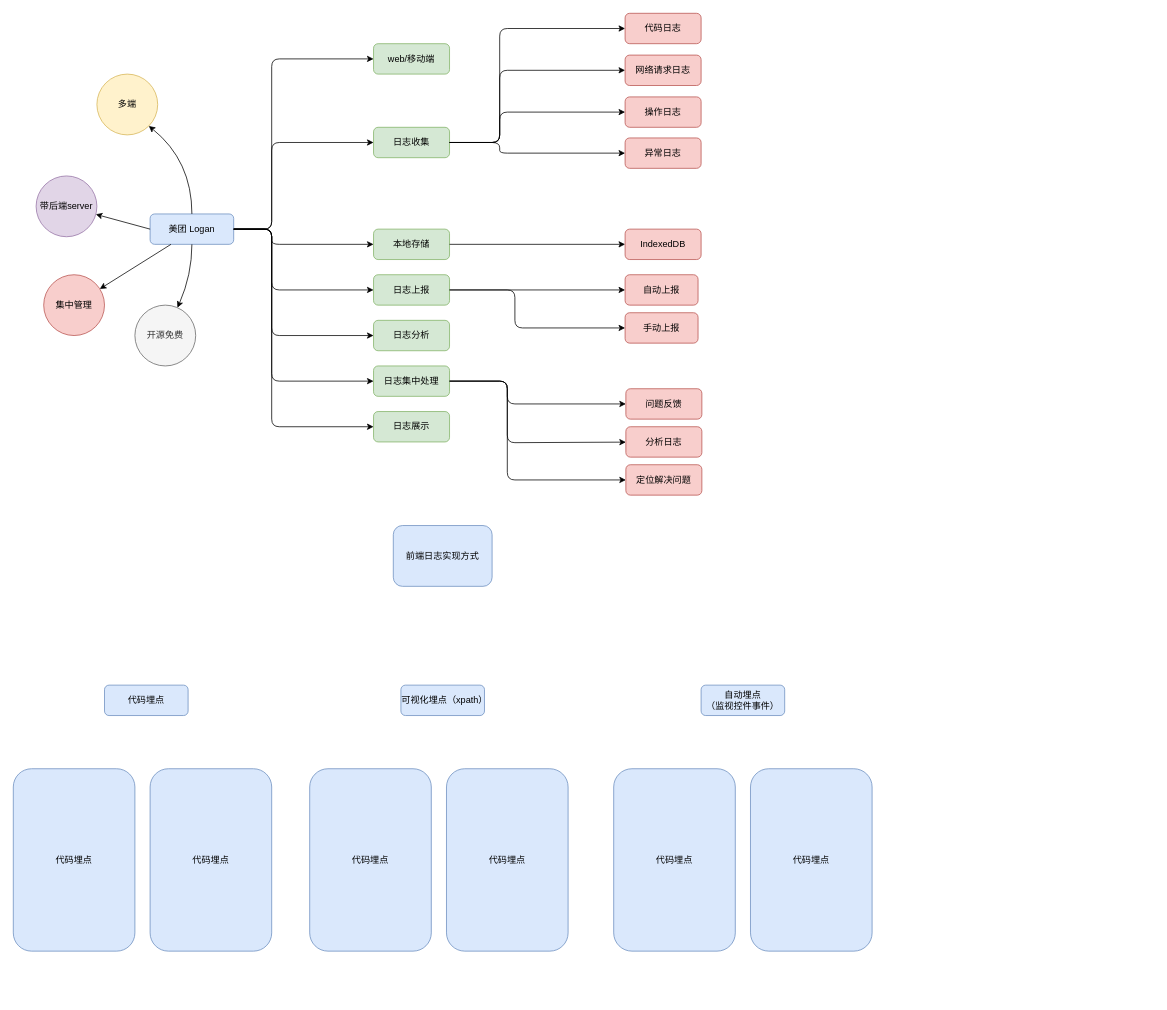
This is 前端日志系统.drawio from meterXu/drawiofile, a draw.io file, before an edit. Source tidied: cells renumbered, new cells numbered last; positions are measured from the earlier drawing's top-left corner, leaving out a move shared by most shapes. Both pictures are drawn from the tidied source at 76%, with x=0, y=0 at pixel (13, 13).
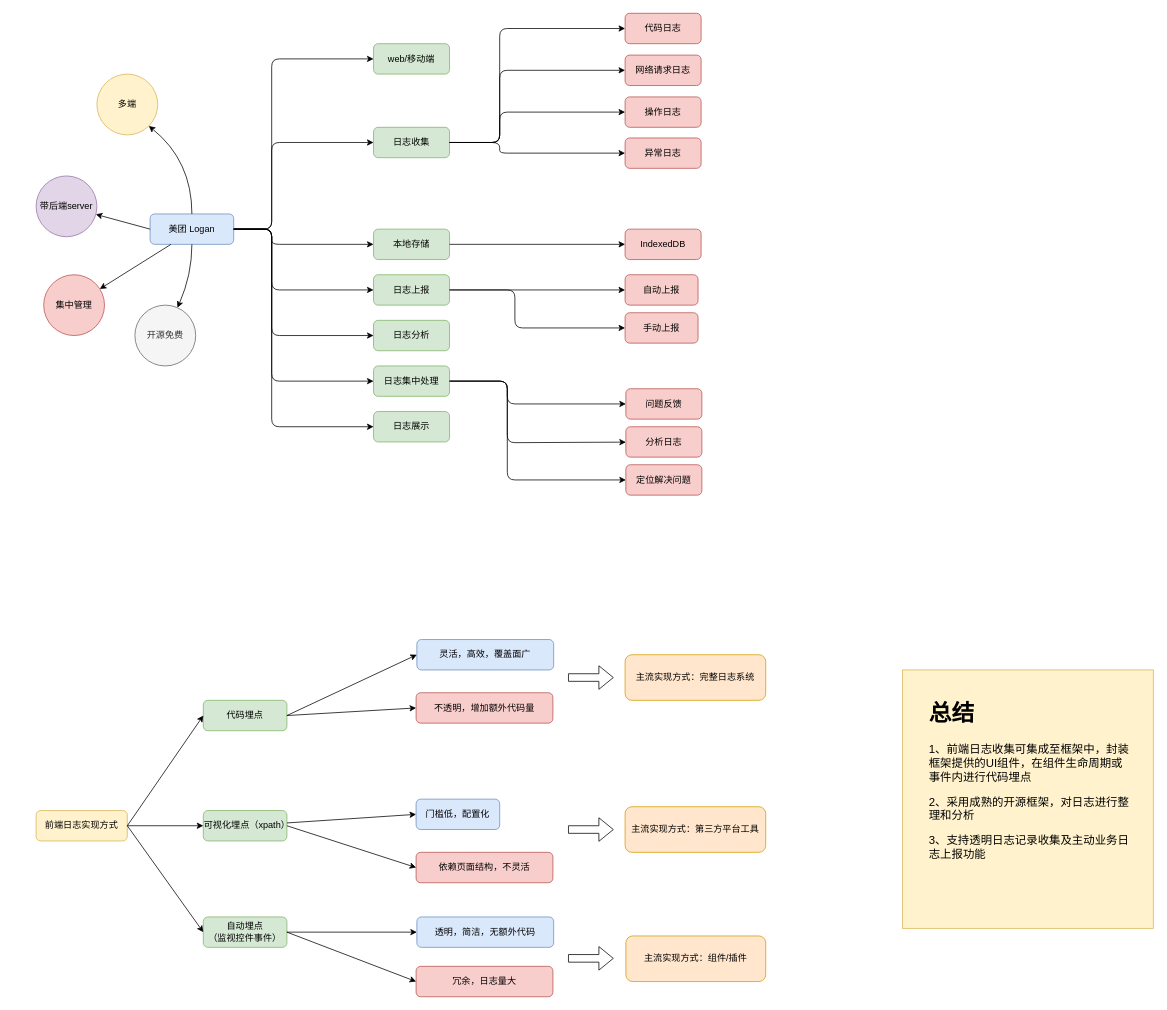
After the change.

Commit message (it also covers changes not shown here):
Update 前端日志系统.drawio

Change to the diagram source:
```diff
@@
-    <mxCell id="3" value="前端日志实现方式" style="rounded=1;whiteSpace=wrap;html=1;fillColor=#dae8fc;strokeColor=#6c8ebf;" parent="1" vertex="1">
-      <mxGeometry x="500" y="674" width="130" height="80" as="geometry" />
+    <mxCell id="3" value="前端日志实现方式" style="rounded=1;whiteSpace=wrap;html=1;fillColor=#fff2cc;strokeColor=#d6b656;" parent="1" vertex="1">
+      <mxGeometry x="30" y="1049" width="120" height="40" as="geometry" />
     </mxCell>
@@
-    <mxCell id="46" value="代码埋点" style="rounded=1;whiteSpace=wrap;html=1;fillColor=#dae8fc;strokeColor=#6c8ebf;" parent="1" vertex="1">
-      <mxGeometry x="120" y="884" width="110" height="40" as="geometry" />
+    <mxCell id="46" value="代码埋点" style="rounded=1;whiteSpace=wrap;html=1;fillColor=#d5e8d4;strokeColor=#82b366;" parent="1" vertex="1">
+      <mxGeometry x="250" y="904" width="110" height="40" as="geometry" />
     </mxCell>
-    <mxCell id="47" value="可视化埋点（xpath）" style="rounded=1;whiteSpace=wrap;html=1;fillColor=#dae8fc;strokeColor=#6c8ebf;" parent="1" vertex="1">
-      <mxGeometry x="510" y="884" width="110" height="40" as="geometry" />
+    <mxCell id="47" value="可视化埋点（xpath）" style="rounded=1;whiteSpace=wrap;html=1;fillColor=#d5e8d4;strokeColor=#82b366;" parent="1" vertex="1">
+      <mxGeometry x="250" y="1049" width="110" height="40" as="geometry" />
     </mxCell>
-    <mxCell id="48" value="自动埋点&lt;br&gt;（监视控件事件）" style="rounded=1;whiteSpace=wrap;html=1;fillColor=#dae8fc;strokeColor=#6c8ebf;" parent="1" vertex="1">
-      <mxGeometry x="905" y="884" width="110" height="40" as="geometry" />
+    <mxCell id="48" value="自动埋点&lt;br&gt;（监视控件事件）" style="rounded=1;whiteSpace=wrap;html=1;fillColor=#d5e8d4;strokeColor=#82b366;" parent="1" vertex="1">
+      <mxGeometry x="250" y="1189" width="110" height="40" as="geometry" />
     </mxCell>
-    <mxCell id="49" value="代码埋点" style="rounded=1;whiteSpace=wrap;html=1;fillColor=#dae8fc;strokeColor=#6c8ebf;" parent="1" vertex="1">
-      <mxGeometry y="994" width="160" height="240" as="geometry" />
-    </mxCell>
-    <mxCell id="50" value="代码埋点" style="rounded=1;whiteSpace=wrap;html=1;fillColor=#dae8fc;strokeColor=#6c8ebf;" parent="1" vertex="1">
-      <mxGeometry x="180" y="994" width="160" height="240" as="geometry" />
-    </mxCell>
-    <mxCell id="51" value="代码埋点" style="rounded=1;whiteSpace=wrap;html=1;fillColor=#dae8fc;strokeColor=#6c8ebf;" parent="1" vertex="1">
-      <mxGeometry x="390" y="994" width="160" height="240" as="geometry" />
-    </mxCell>
-    <mxCell id="52" value="代码埋点" style="rounded=1;whiteSpace=wrap;html=1;fillColor=#dae8fc;strokeColor=#6c8ebf;" parent="1" vertex="1">
-      <mxGeometry x="570" y="994" width="160" height="240" as="geometry" />
-    </mxCell>
-    <mxCell id="53" value="代码埋点" style="rounded=1;whiteSpace=wrap;html=1;fillColor=#dae8fc;strokeColor=#6c8ebf;" parent="1" vertex="1">
-      <mxGeometry x="790" y="994" width="160" height="240" as="geometry" />
-    </mxCell>
-    <mxCell id="54" value="代码埋点" style="rounded=1;whiteSpace=wrap;html=1;fillColor=#dae8fc;strokeColor=#6c8ebf;" parent="1" vertex="1">
-      <mxGeometry x="970" y="994" width="160" height="240" as="geometry" />
-    </mxCell>
+    <mxCell id="55" value="灵活，高效，覆盖面广" style="rounded=1;whiteSpace=wrap;html=1;fillColor=#dae8fc;strokeColor=#6c8ebf;" parent="1" vertex="1">
+      <mxGeometry x="531" y="824" width="180" height="40" as="geometry" />
+    </mxCell>
+    <mxCell id="56" value="不透明，增加额外代码量" style="rounded=1;whiteSpace=wrap;html=1;fillColor=#f8cecc;strokeColor=#b85450;" parent="1" vertex="1">
+      <mxGeometry x="530" y="894" width="180" height="40" as="geometry" />
+    </mxCell>
+    <mxCell id="57" style="endArrow=classic;html=1;exitX=1;exitY=0.5;exitDx=0;exitDy=0;entryX=0;entryY=0.5;entryDx=0;entryDy=0;" parent="1" edge="1" source="46" target="55">
+      <mxGeometry relative="1" as="geometry" />
+    </mxCell>
+    <mxCell id="58" style="endArrow=classic;html=1;entryX=0;entryY=0.5;entryDx=0;entryDy=0;" parent="1" edge="1" target="56">
+      <mxGeometry relative="1" as="geometry">
+        <mxPoint x="360" y="924" as="sourcePoint" />
+      </mxGeometry>
+    </mxCell>
+    <mxCell id="59" value="门槛低，配置化" style="rounded=1;whiteSpace=wrap;html=1;fillColor=#dae8fc;strokeColor=#6c8ebf;" parent="1" vertex="1">
+      <mxGeometry x="530" y="1034" width="110" height="40" as="geometry" />
+    </mxCell>
+    <mxCell id="60" value="依赖页面结构，不灵活" style="rounded=1;whiteSpace=wrap;html=1;fillColor=#f8cecc;strokeColor=#b85450;" parent="1" vertex="1">
+      <mxGeometry x="530" y="1104" width="180" height="40" as="geometry" />
+    </mxCell>
+    <mxCell id="61" value="透明，简洁，无额外代码" style="rounded=1;whiteSpace=wrap;html=1;fillColor=#dae8fc;strokeColor=#6c8ebf;" parent="1" vertex="1">
+      <mxGeometry x="531" y="1189" width="180" height="40" as="geometry" />
+    </mxCell>
+    <mxCell id="62" value="冗余，日志量大" style="rounded=1;whiteSpace=wrap;html=1;fillColor=#f8cecc;strokeColor=#b85450;" parent="1" vertex="1">
+      <mxGeometry x="530" y="1254" width="180" height="40" as="geometry" />
+    </mxCell>
+    <mxCell id="63" style="endArrow=classic;html=1;entryX=0;entryY=0.5;entryDx=0;entryDy=0;" parent="1" edge="1" source="3" target="47">
+      <mxGeometry relative="1" as="geometry" />
+    </mxCell>
+    <mxCell id="64" style="endArrow=classic;html=1;entryX=0;entryY=0.5;entryDx=0;entryDy=0;exitX=1;exitY=0.5;exitDx=0;exitDy=0;" parent="1" edge="1" source="3" target="46">
+      <mxGeometry relative="1" as="geometry" />
+    </mxCell>
+    <mxCell id="65" style="endArrow=classic;html=1;entryX=0;entryY=0.5;entryDx=0;entryDy=0;exitX=1;exitY=0.5;exitDx=0;exitDy=0;" parent="1" edge="1" source="3" target="48">
+      <mxGeometry relative="1" as="geometry" />
+    </mxCell>
+    <mxCell id="66" style="endArrow=classic;html=1;entryX=0;entryY=0.5;entryDx=0;entryDy=0;" parent="1" edge="1" source="47" target="59">
+      <mxGeometry relative="1" as="geometry" />
+    </mxCell>
+    <mxCell id="67" style="endArrow=classic;html=1;entryX=0;entryY=0.5;entryDx=0;entryDy=0;exitX=1;exitY=0.5;exitDx=0;exitDy=0;" parent="1" edge="1" source="47" target="60">
+      <mxGeometry relative="1" as="geometry" />
+    </mxCell>
+    <mxCell id="68" style="endArrow=classic;html=1;entryX=0;entryY=0.5;entryDx=0;entryDy=0;" parent="1" edge="1" source="48" target="61">
+      <mxGeometry relative="1" as="geometry" />
+    </mxCell>
+    <mxCell id="69" style="endArrow=classic;html=1;exitX=1;exitY=0.5;exitDx=0;exitDy=0;entryX=0;entryY=0.5;entryDx=0;entryDy=0;" parent="1" edge="1" source="48" target="62">
+      <mxGeometry relative="1" as="geometry" />
+    </mxCell>
+    <mxCell id="70" value="主流实现方式：完整日志系统" style="rounded=1;whiteSpace=wrap;html=1;fillColor=#ffe6cc;strokeColor=#d79b00;" parent="1" vertex="1">
+      <mxGeometry x="805" y="844" width="185" height="60" as="geometry" />
+    </mxCell>
+    <mxCell id="71" value="主流实现方式：第三方平台工具" style="rounded=1;whiteSpace=wrap;html=1;fillColor=#ffe6cc;strokeColor=#d79b00;" parent="1" vertex="1">
+      <mxGeometry x="805" y="1044" width="185" height="60" as="geometry" />
+    </mxCell>
+    <mxCell id="72" value="主流实现方式：组件/插件" style="rounded=1;whiteSpace=wrap;html=1;fillColor=#ffe6cc;strokeColor=#d79b00;" parent="1" vertex="1">
+      <mxGeometry x="806" y="1214" width="184" height="60" as="geometry" />
+    </mxCell>
+    <mxCell id="73" style="shape=flexArrow;endArrow=classic;html=1;" parent="1" edge="1">
+      <mxGeometry relative="1" as="geometry">
+        <mxPoint x="730" y="874" as="sourcePoint" />
+        <mxPoint x="790" y="874" as="targetPoint" />
+      </mxGeometry>
+    </mxCell>
+    <mxCell id="74" style="shape=flexArrow;endArrow=classic;html=1;" parent="1" edge="1">
+      <mxGeometry relative="1" as="geometry">
+        <mxPoint x="730" y="1074" as="sourcePoint" />
+        <mxPoint x="790" y="1074" as="targetPoint" />
+      </mxGeometry>
+    </mxCell>
+    <mxCell id="75" style="shape=flexArrow;endArrow=classic;html=1;" parent="1" edge="1">
+      <mxGeometry relative="1" as="geometry">
+        <mxPoint x="730" y="1243.5" as="sourcePoint" />
+        <mxPoint x="790" y="1243.5" as="targetPoint" />
+      </mxGeometry>
+    </mxCell>
+    <mxCell id="76" style="rounded=0;whiteSpace=wrap;html=1;fillColor=#fff2cc;strokeColor=#d6b656;" parent="1" vertex="1">
+      <mxGeometry x="1170" y="864" width="330" height="340" as="geometry" />
+    </mxCell>
+    <mxCell id="77" value="&lt;h1&gt;总结&lt;/h1&gt;&lt;p&gt;1、前端日志收集可集成至框架中，封装框架提供的UI组件，在组件生命周期或事件内进行代码埋点&lt;/p&gt;&lt;p&gt;2、采用成熟的开源框架，对日志进行整理和分析&lt;/p&gt;&lt;p&gt;3、支持透明日志记录收集及主动业务日志上报功能&lt;/p&gt;" style="text;html=1;strokeColor=none;fillColor=none;spacing=5;spacingTop=-20;whiteSpace=wrap;overflow=hidden;rounded=0;fontSize=15;" parent="1" vertex="1">
+      <mxGeometry x="1200" y="894" width="274" height="290" as="geometry" />
+    </mxCell>
```
